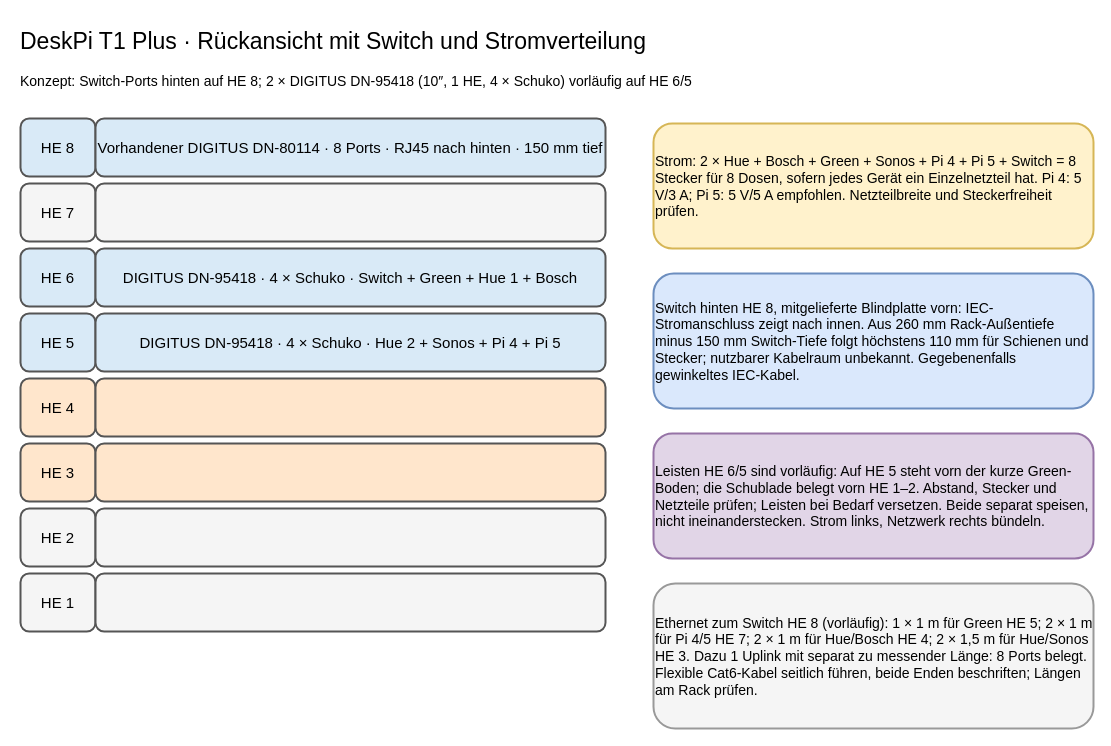
Before: page "DeskPi 8 HE – Rückseite" (3 of 4) of 10-zoll-rack-planung.drawio in tiptronic/diagrams, a draw.io diagram. Source tidied: cells renumbered, new cells numbered last; positions are measured from the earlier drawing's top-left corner, leaving out a move shared by most shapes. Both pictures are drawn from the tidied source at 100%, with x=0, y=0 at pixel (18, 18).
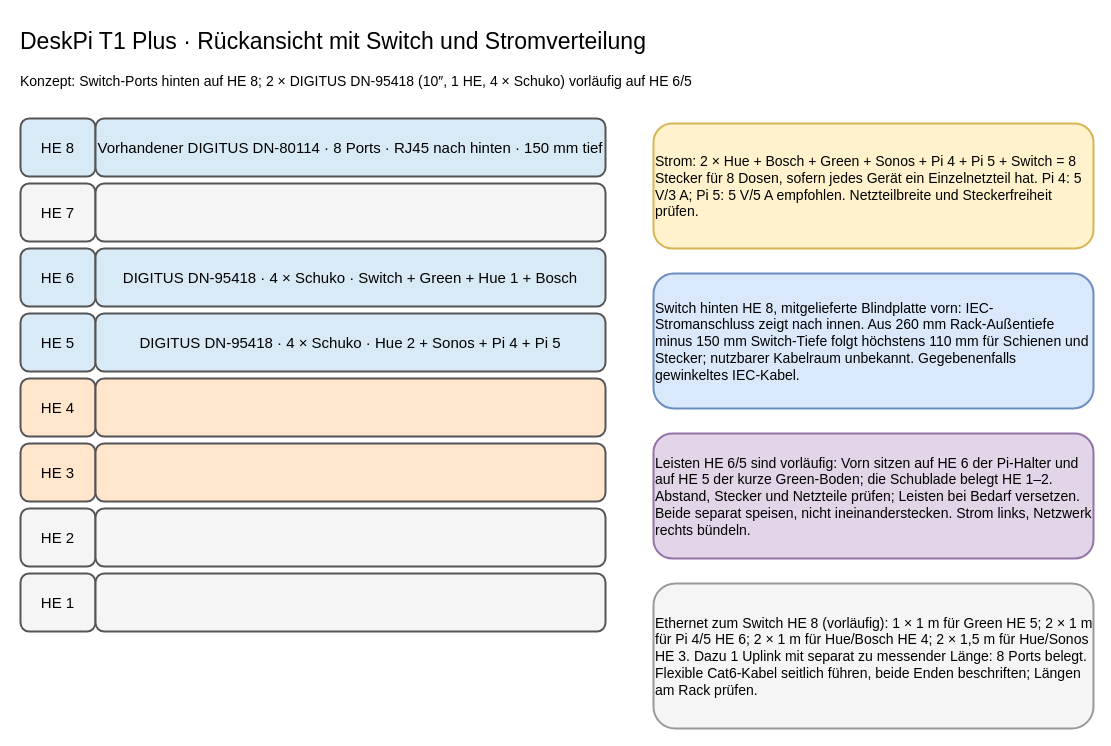
After the change.

What changed in the source:
```diff
@@
-    <mxCell id="22" value="Leisten HE 6/5 sind vorläufig: Auf HE 5 steht vorn der kurze Green-Boden; die Schublade belegt vorn HE 1–2. Abstand, Stecker und Netzteile prüfen; Leisten bei Bedarf versetzen. Beide separat speisen, nicht ineinanderstecken. Strom links, Netzwerk rechts bündeln." style="rounded=1;whiteSpace=wrap;html=1;align=left;verticalAlign=middle;strokeWidth=2;fontSize=14;fillColor=#e1d5e7;strokeColor=#9673a6;" parent="1" vertex="1">
+    <mxCell id="22" value="Leisten HE 6/5 sind vorläufig: Vorn sitzen auf HE 6 der Pi-Halter und auf HE 5 der kurze Green-Boden; die Schublade belegt HE 1–2. Abstand, Stecker und Netzteile prüfen; Leisten bei Bedarf versetzen. Beide separat speisen, nicht ineinanderstecken. Strom links, Netzwerk rechts bündeln." style="rounded=1;whiteSpace=wrap;html=1;align=left;verticalAlign=middle;strokeWidth=2;fontSize=14;fillColor=#e1d5e7;strokeColor=#9673a6;" parent="1" vertex="1">
       <mxGeometry x="635" y="415" width="440" height="125" as="geometry" />
     </mxCell>
-    <mxCell id="23" value="Ethernet zum Switch HE 8 (vorläufig): 1 × 1 m für Green HE 5; 2 × 1 m für Pi 4/5 HE 7; 2 × 1 m für Hue/Bosch HE 4; 2 × 1,5 m für Hue/Sonos HE 3. Dazu 1 Uplink mit separat zu messender Länge: 8 Ports belegt. Flexible Cat6-Kabel seitlich führen, beide Enden beschriften; Längen am Rack prüfen." style="rounded=1;whiteSpace=wrap;html=1;align=left;verticalAlign=middle;strokeWidth=2;fontSize=14;fillColor=#f5f5f5;strokeColor=#999999;" parent="1" vertex="1">
+    <mxCell id="23" value="Ethernet zum Switch HE 8 (vorläufig): 1 × 1 m für Green HE 5; 2 × 1 m für Pi 4/5 HE 6; 2 × 1 m für Hue/Bosch HE 4; 2 × 1,5 m für Hue/Sonos HE 3. Dazu 1 Uplink mit separat zu messender Länge: 8 Ports belegt. Flexible Cat6-Kabel seitlich führen, beide Enden beschriften; Längen am Rack prüfen." style="rounded=1;whiteSpace=wrap;html=1;align=left;verticalAlign=middle;strokeWidth=2;fontSize=14;fillColor=#f5f5f5;strokeColor=#999999;" parent="1" vertex="1">
       <mxGeometry x="635" y="565" width="440" height="145" as="geometry" />
     </mxCell>
```
